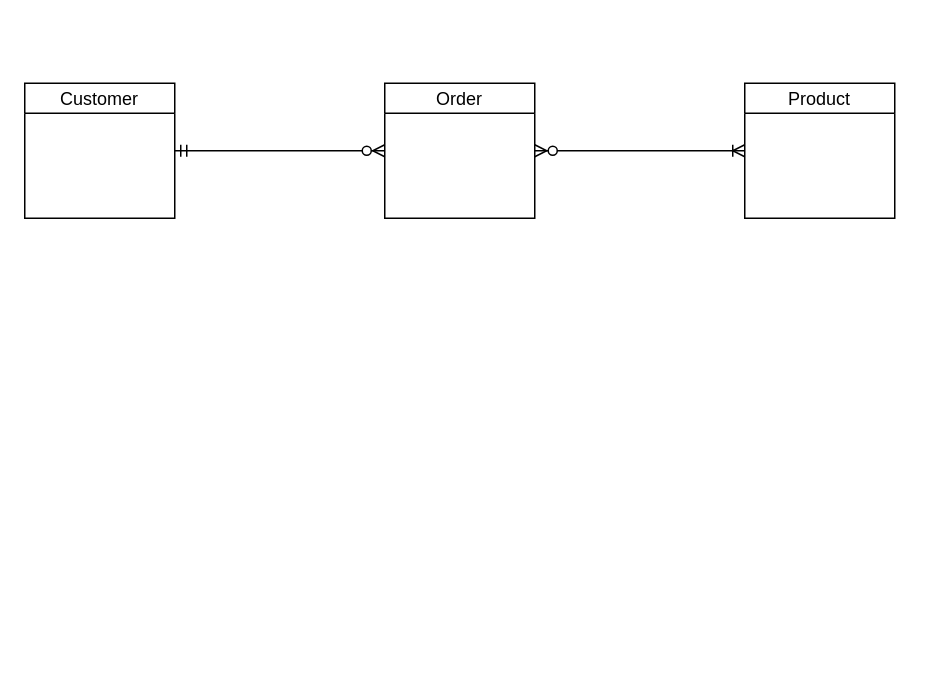
capperstrnd/DA352A_Project keeps this draw.io diagram as ER Diagram.drawio. Above is the earlier version. Source tidied: cells renumbered, new cells numbered last; positions are measured from the earlier drawing's top-left corner, leaving out a move shared by most shapes. Both pictures are drawn from the tidied source at 150%, with x=0, y=0 at pixel (24, 82).
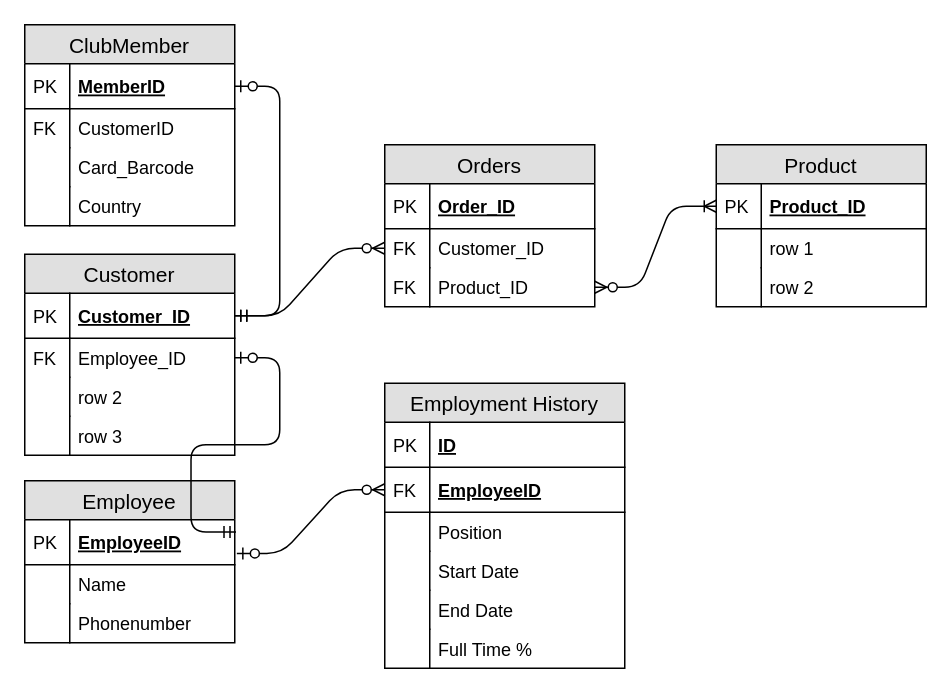
The same page after the edit.

Change to the diagram source:
```diff
@@
-    <mxCell id="2" value="Customer" style="swimlane;fontStyle=0;horizontal=1;startSize=20;fillColor=#ffffff;swimlaneFillColor=#ffffff;" parent="1" vertex="1">
-      <mxGeometry width="100" height="90" as="geometry" />
-    </mxCell>
-    <mxCell id="3" value="Order" style="swimlane;fontStyle=0;horizontal=1;startSize=20;fillColor=#ffffff;swimlaneFillColor=#ffffff;" parent="1" vertex="1">
-      <mxGeometry x="240" width="100" height="90" as="geometry" />
-    </mxCell>
-    <mxCell id="4" value="Product" style="swimlane;fontStyle=0;horizontal=1;startSize=20;fillColor=#ffffff;swimlaneFillColor=#ffffff;" parent="1" vertex="1">
-      <mxGeometry x="480" width="100" height="90" as="geometry" />
-    </mxCell>
-    <mxCell id="5" style="edgeStyle=entityRelationEdgeStyle;fontSize=12;html=1;endArrow=ERoneToMany;startArrow=ERzeroToMany;entryX=0;entryY=0.5;entryDx=0;entryDy=0;" parent="1" edge="1" source="3" target="4">
+    <mxCell id="5" style="edgeStyle=entityRelationEdgeStyle;fontSize=12;html=1;endArrow=ERoneToMany;startArrow=ERzeroToMany;" parent="1" edge="1" source="41" target="43">
       <mxGeometry relative="1" as="geometry" />
     </mxCell>
-    <mxCell id="6" style="edgeStyle=entityRelationEdgeStyle;fontSize=12;html=1;endArrow=ERzeroToMany;startArrow=ERmandOne;exitX=1;exitY=0.5;exitDx=0;exitDy=0;entryX=0;entryY=0.5;entryDx=0;entryDy=0;" parent="1" edge="1" source="2" target="3">
+    <mxCell id="6" style="edgeStyle=entityRelationEdgeStyle;fontSize=12;html=1;endArrow=ERzeroToMany;startArrow=ERmandOne;" parent="1" edge="1" source="28" target="39">
       <mxGeometry relative="1" as="geometry" />
     </mxCell>
+    <mxCell id="7" value="Employment History" style="swimlane;fontStyle=0;horizontal=1;startSize=26;fillColor=#e0e0e0;swimlaneFillColor=#ffffff;align=center;fontSize=14;" parent="1" vertex="1">
+      <mxGeometry x="240" y="200" width="160" height="190" as="geometry" />
+    </mxCell>
+    <mxCell id="8" value="ID" style="shape=partialRectangle;top=0;left=0;right=0;bottom=1;align=left;verticalAlign=middle;fillColor=none;spacingLeft=34;spacingRight=4;overflow=hidden;fontStyle=5;fontSize=12;" parent="7" vertex="1">
+      <mxGeometry y="26" width="160" height="30" as="geometry" />
+    </mxCell>
+    <mxCell id="9" value="PK" style="shape=partialRectangle;top=0;left=0;bottom=0;fillColor=none;align=left;verticalAlign=middle;spacingLeft=4;spacingRight=4;overflow=hidden;fontSize=12;" parent="8" vertex="1">
+      <mxGeometry width="30" height="30" as="geometry" />
+    </mxCell>
+    <mxCell id="10" value="EmployeeID" style="shape=partialRectangle;top=0;left=0;right=0;bottom=1;align=left;verticalAlign=middle;fillColor=none;spacingLeft=34;spacingRight=4;overflow=hidden;points=[[0,0.5],[1,0.5]];portConstraint=eastwest;fontStyle=5;fontSize=12;" parent="7" vertex="1">
+      <mxGeometry y="56" width="160" height="30" as="geometry" />
+    </mxCell>
+    <mxCell id="11" value="FK" style="shape=partialRectangle;top=0;left=0;bottom=0;fillColor=none;align=left;verticalAlign=middle;spacingLeft=4;spacingRight=4;overflow=hidden;fontSize=12;" parent="10" vertex="1">
+      <mxGeometry width="30" height="30" as="geometry" />
+    </mxCell>
+    <mxCell id="12" value="Position" style="shape=partialRectangle;top=0;left=0;right=0;bottom=0;align=left;verticalAlign=top;fillColor=none;spacingLeft=34;spacingRight=4;overflow=hidden;fontSize=12;" parent="7" vertex="1">
+      <mxGeometry y="86" width="160" height="26" as="geometry" />
+    </mxCell>
+    <mxCell id="13" style="shape=partialRectangle;top=0;left=0;bottom=0;fillColor=none;align=left;verticalAlign=top;spacingLeft=4;spacingRight=4;overflow=hidden;fontSize=12;" parent="12" vertex="1">
+      <mxGeometry width="30" height="26" as="geometry" />
+    </mxCell>
+    <mxCell id="14" value="Start Date&#10;" style="shape=partialRectangle;top=0;left=0;right=0;bottom=0;align=left;verticalAlign=top;fillColor=none;spacingLeft=34;spacingRight=4;overflow=hidden;fontSize=12;" parent="7" vertex="1">
+      <mxGeometry y="112" width="160" height="26" as="geometry" />
+    </mxCell>
+    <mxCell id="15" style="shape=partialRectangle;top=0;left=0;bottom=0;fillColor=none;align=left;verticalAlign=top;spacingLeft=4;spacingRight=4;overflow=hidden;fontSize=12;" parent="14" vertex="1">
+      <mxGeometry width="30" height="26" as="geometry" />
+    </mxCell>
+    <mxCell id="16" value="End Date" style="shape=partialRectangle;top=0;left=0;right=0;bottom=0;align=left;verticalAlign=top;fillColor=none;spacingLeft=34;spacingRight=4;overflow=hidden;fontSize=12;" parent="7" vertex="1">
+      <mxGeometry y="138" width="160" height="26" as="geometry" />
+    </mxCell>
+    <mxCell id="17" style="shape=partialRectangle;top=0;left=0;bottom=0;fillColor=none;align=left;verticalAlign=top;spacingLeft=4;spacingRight=4;overflow=hidden;fontSize=12;" parent="16" vertex="1">
+      <mxGeometry width="30" height="26" as="geometry" />
+    </mxCell>
+    <mxCell id="18" value="Full Time %" style="shape=partialRectangle;top=0;left=0;right=0;bottom=0;align=left;verticalAlign=top;fillColor=none;spacingLeft=34;spacingRight=4;overflow=hidden;fontSize=12;" parent="7" vertex="1">
+      <mxGeometry y="164" width="160" height="26" as="geometry" />
+    </mxCell>
+    <mxCell id="19" style="shape=partialRectangle;top=0;left=0;bottom=0;fillColor=none;align=left;verticalAlign=top;spacingLeft=4;spacingRight=4;overflow=hidden;fontSize=12;" parent="18" vertex="1">
+      <mxGeometry width="30" height="26" as="geometry" />
+    </mxCell>
+    <mxCell id="20" style="edgeStyle=entityRelationEdgeStyle;fontSize=12;html=1;endArrow=ERzeroToMany;startArrow=ERzeroToOne;exitX=1.01;exitY=0.748;exitDx=0;exitDy=0;exitPerimeter=0;" parent="1" edge="1" source="22" target="10">
+      <mxGeometry relative="1" as="geometry" />
+    </mxCell>
+    <mxCell id="21" value="Employee" style="swimlane;fontStyle=0;horizontal=1;startSize=26;fillColor=#e0e0e0;swimlaneFillColor=#ffffff;align=center;fontSize=14;" parent="1" vertex="1">
+      <mxGeometry y="265" width="140" height="108" as="geometry" />
+    </mxCell>
+    <mxCell id="22" value="EmployeeID" style="shape=partialRectangle;top=0;left=0;right=0;bottom=1;align=left;verticalAlign=middle;fillColor=none;spacingLeft=34;spacingRight=4;overflow=hidden;points=[[0,0.5],[1,0.5]];portConstraint=eastwest;fontStyle=5;fontSize=12;" parent="21" vertex="1">
+      <mxGeometry y="26" width="140" height="30" as="geometry" />
+    </mxCell>
+    <mxCell id="23" value="PK" style="shape=partialRectangle;top=0;left=0;bottom=0;fillColor=none;align=left;verticalAlign=middle;spacingLeft=4;spacingRight=4;overflow=hidden;fontSize=12;" parent="22" vertex="1">
+      <mxGeometry width="30" height="30" as="geometry" />
+    </mxCell>
+    <mxCell id="24" value="Name" style="shape=partialRectangle;top=0;left=0;right=0;bottom=0;align=left;verticalAlign=top;fillColor=none;spacingLeft=34;spacingRight=4;overflow=hidden;fontSize=12;" parent="21" vertex="1">
+      <mxGeometry y="56" width="140" height="26" as="geometry" />
+    </mxCell>
+    <mxCell id="25" style="shape=partialRectangle;top=0;left=0;bottom=0;fillColor=none;align=left;verticalAlign=top;spacingLeft=4;spacingRight=4;overflow=hidden;fontSize=12;" parent="24" vertex="1">
+      <mxGeometry width="30" height="26" as="geometry" />
+    </mxCell>
+    <mxCell id="26" value="Phonenumber" style="shape=partialRectangle;top=0;left=0;right=0;bottom=0;align=left;verticalAlign=top;fillColor=none;spacingLeft=34;spacingRight=4;overflow=hidden;fontSize=12;" parent="21" vertex="1">
+      <mxGeometry y="82" width="140" height="26" as="geometry" />
+    </mxCell>
+    <mxCell id="27" style="shape=partialRectangle;top=0;left=0;bottom=0;fillColor=none;align=left;verticalAlign=top;spacingLeft=4;spacingRight=4;overflow=hidden;fontSize=12;" parent="26" vertex="1">
+      <mxGeometry width="30" height="26" as="geometry" />
+    </mxCell>
+    <mxCell id="2" value="Customer" style="swimlane;fontStyle=0;horizontal=1;startSize=26;fillColor=#e0e0e0;swimlaneFillColor=#ffffff;align=center;fontSize=14;" parent="1" vertex="1">
+      <mxGeometry y="114" width="140" height="134" as="geometry" />
+    </mxCell>
+    <mxCell id="28" value="Customer_ID" style="shape=partialRectangle;top=0;left=0;right=0;bottom=1;align=left;verticalAlign=middle;fillColor=none;spacingLeft=34;spacingRight=4;overflow=hidden;points=[[0,0.5],[1,0.5]];portConstraint=eastwest;fontStyle=5;fontSize=12;" parent="2" vertex="1">
+      <mxGeometry y="26" width="140" height="30" as="geometry" />
+    </mxCell>
+    <mxCell id="29" value="PK" style="shape=partialRectangle;top=0;left=0;bottom=0;fillColor=none;align=left;verticalAlign=middle;spacingLeft=4;spacingRight=4;overflow=hidden;fontSize=12;" parent="28" vertex="1">
+      <mxGeometry width="30" height="30" as="geometry" />
+    </mxCell>
+    <mxCell id="30" value="Employee_ID" style="shape=partialRectangle;top=0;left=0;right=0;bottom=0;align=left;verticalAlign=top;fillColor=none;spacingLeft=34;spacingRight=4;overflow=hidden;points=[[0,0.5],[1,0.5]];portConstraint=eastwest;fontSize=12;" parent="2" vertex="1">
+      <mxGeometry y="56" width="140" height="26" as="geometry" />
+    </mxCell>
+    <mxCell id="31" value="FK" style="shape=partialRectangle;top=0;left=0;bottom=0;fillColor=none;align=left;verticalAlign=top;spacingLeft=4;spacingRight=4;overflow=hidden;fontSize=12;" parent="30" vertex="1">
+      <mxGeometry width="30" height="26" as="geometry" />
+    </mxCell>
+    <mxCell id="32" value="row 2" style="shape=partialRectangle;top=0;left=0;right=0;bottom=0;align=left;verticalAlign=top;fillColor=none;spacingLeft=34;spacingRight=4;overflow=hidden;fontSize=12;" parent="2" vertex="1">
+      <mxGeometry y="82" width="140" height="26" as="geometry" />
+    </mxCell>
+    <mxCell id="33" style="shape=partialRectangle;top=0;left=0;bottom=0;fillColor=none;align=left;verticalAlign=top;spacingLeft=4;spacingRight=4;overflow=hidden;fontSize=12;" parent="32" vertex="1">
+      <mxGeometry width="30" height="26" as="geometry" />
+    </mxCell>
+    <mxCell id="34" value="row 3" style="shape=partialRectangle;top=0;left=0;right=0;bottom=0;align=left;verticalAlign=top;fillColor=none;spacingLeft=34;spacingRight=4;overflow=hidden;fontSize=12;" parent="2" vertex="1">
+      <mxGeometry y="108" width="140" height="26" as="geometry" />
+    </mxCell>
+    <mxCell id="35" style="shape=partialRectangle;top=0;left=0;bottom=0;fillColor=none;align=left;verticalAlign=top;spacingLeft=4;spacingRight=4;overflow=hidden;fontSize=12;" parent="34" vertex="1">
+      <mxGeometry width="30" height="26" as="geometry" />
+    </mxCell>
+    <mxCell id="36" value="Orders" style="swimlane;fontStyle=0;horizontal=1;startSize=26;fillColor=#e0e0e0;swimlaneFillColor=#ffffff;align=center;fontSize=14;" parent="1" vertex="1">
+      <mxGeometry x="240" y="41" width="140" height="108" as="geometry" />
+    </mxCell>
+    <mxCell id="37" value="Order_ID" style="shape=partialRectangle;top=0;left=0;right=0;bottom=1;align=left;verticalAlign=middle;fillColor=none;spacingLeft=34;spacingRight=4;overflow=hidden;fontStyle=5;fontSize=12;" parent="36" vertex="1">
+      <mxGeometry y="26" width="140" height="30" as="geometry" />
+    </mxCell>
+    <mxCell id="38" value="PK" style="shape=partialRectangle;top=0;left=0;bottom=0;fillColor=none;align=left;verticalAlign=middle;spacingLeft=4;spacingRight=4;overflow=hidden;fontSize=12;" parent="37" vertex="1">
+      <mxGeometry width="30" height="30" as="geometry" />
+    </mxCell>
+    <mxCell id="39" value="Customer_ID" style="shape=partialRectangle;top=0;left=0;right=0;bottom=0;align=left;verticalAlign=top;fillColor=none;spacingLeft=34;spacingRight=4;overflow=hidden;points=[[0,0.5],[1,0.5]];portConstraint=eastwest;fontSize=12;" parent="36" vertex="1">
+      <mxGeometry y="56" width="140" height="26" as="geometry" />
+    </mxCell>
+    <mxCell id="40" value="FK" style="shape=partialRectangle;top=0;left=0;bottom=0;fillColor=none;align=left;verticalAlign=top;spacingLeft=4;spacingRight=4;overflow=hidden;fontSize=12;" parent="39" vertex="1">
+      <mxGeometry width="30" height="26" as="geometry" />
+    </mxCell>
+    <mxCell id="41" value="Product_ID" style="shape=partialRectangle;top=0;left=0;right=0;bottom=0;align=left;verticalAlign=top;fillColor=none;spacingLeft=34;spacingRight=4;overflow=hidden;points=[[0,0.5],[1,0.5]];portConstraint=eastwest;fontSize=12;" parent="36" vertex="1">
+      <mxGeometry y="82" width="140" height="26" as="geometry" />
+    </mxCell>
+    <mxCell id="42" value="FK" style="shape=partialRectangle;top=0;left=0;bottom=0;fillColor=none;align=left;verticalAlign=top;spacingLeft=4;spacingRight=4;overflow=hidden;fontSize=12;" parent="41" vertex="1">
+      <mxGeometry width="30" height="26" as="geometry" />
+    </mxCell>
+    <mxCell id="4" value="Product" style="swimlane;fontStyle=0;horizontal=1;startSize=26;fillColor=#e0e0e0;swimlaneFillColor=#ffffff;align=center;fontSize=14;" parent="1" vertex="1">
+      <mxGeometry x="461" y="41" width="140" height="108" as="geometry" />
+    </mxCell>
+    <mxCell id="43" value="Product_ID" style="shape=partialRectangle;top=0;left=0;right=0;bottom=1;align=left;verticalAlign=middle;fillColor=none;spacingLeft=34;spacingRight=4;overflow=hidden;points=[[0,0.5],[1,0.5]];portConstraint=eastwest;fontStyle=5;fontSize=12;" parent="4" vertex="1">
+      <mxGeometry y="26" width="140" height="30" as="geometry" />
+    </mxCell>
+    <mxCell id="44" value="PK" style="shape=partialRectangle;top=0;left=0;bottom=0;fillColor=none;align=left;verticalAlign=middle;spacingLeft=4;spacingRight=4;overflow=hidden;fontSize=12;" parent="43" vertex="1">
+      <mxGeometry width="30" height="30" as="geometry" />
+    </mxCell>
+    <mxCell id="45" value="row 1" style="shape=partialRectangle;top=0;left=0;right=0;bottom=0;align=left;verticalAlign=top;fillColor=none;spacingLeft=34;spacingRight=4;overflow=hidden;fontSize=12;" parent="4" vertex="1">
+      <mxGeometry y="56" width="140" height="26" as="geometry" />
+    </mxCell>
+    <mxCell id="46" style="shape=partialRectangle;top=0;left=0;bottom=0;fillColor=none;align=left;verticalAlign=top;spacingLeft=4;spacingRight=4;overflow=hidden;fontSize=12;" parent="45" vertex="1">
+      <mxGeometry width="30" height="26" as="geometry" />
+    </mxCell>
+    <mxCell id="47" value="row 2" style="shape=partialRectangle;top=0;left=0;right=0;bottom=0;align=left;verticalAlign=top;fillColor=none;spacingLeft=34;spacingRight=4;overflow=hidden;fontSize=12;" parent="4" vertex="1">
+      <mxGeometry y="82" width="140" height="26" as="geometry" />
+    </mxCell>
+    <mxCell id="48" style="shape=partialRectangle;top=0;left=0;bottom=0;fillColor=none;align=left;verticalAlign=top;spacingLeft=4;spacingRight=4;overflow=hidden;fontSize=12;" parent="47" vertex="1">
+      <mxGeometry width="30" height="26" as="geometry" />
+    </mxCell>
+    <mxCell id="49" value="ClubMember" style="swimlane;fontStyle=0;horizontal=1;startSize=26;fillColor=#e0e0e0;swimlaneFillColor=#ffffff;align=center;fontSize=14;" parent="1" vertex="1">
+      <mxGeometry y="-39" width="140" height="134" as="geometry" />
+    </mxCell>
+    <mxCell id="50" value="MemberID" style="shape=partialRectangle;top=0;left=0;right=0;bottom=1;align=left;verticalAlign=middle;fillColor=none;spacingLeft=34;spacingRight=4;overflow=hidden;points=[[0,0.5],[1,0.5]];portConstraint=eastwest;fontStyle=5;fontSize=12;" parent="49" vertex="1">
+      <mxGeometry y="26" width="140" height="30" as="geometry" />
+    </mxCell>
+    <mxCell id="51" value="PK" style="shape=partialRectangle;top=0;left=0;bottom=0;fillColor=none;align=left;verticalAlign=middle;spacingLeft=4;spacingRight=4;overflow=hidden;fontSize=12;" parent="50" vertex="1">
+      <mxGeometry width="30" height="30" as="geometry" />
+    </mxCell>
+    <mxCell id="52" value="CustomerID" style="shape=partialRectangle;top=0;left=0;right=0;bottom=0;align=left;verticalAlign=top;fillColor=none;spacingLeft=34;spacingRight=4;overflow=hidden;fontSize=12;" parent="49" vertex="1">
+      <mxGeometry y="56" width="140" height="26" as="geometry" />
+    </mxCell>
+    <mxCell id="53" value="FK" style="shape=partialRectangle;top=0;left=0;bottom=0;fillColor=none;align=left;verticalAlign=top;spacingLeft=4;spacingRight=4;overflow=hidden;fontSize=12;" parent="52" vertex="1">
+      <mxGeometry width="30" height="26" as="geometry" />
+    </mxCell>
+    <mxCell id="54" value="Card_Barcode" style="shape=partialRectangle;top=0;left=0;right=0;bottom=0;align=left;verticalAlign=top;fillColor=none;spacingLeft=34;spacingRight=4;overflow=hidden;fontSize=12;" parent="49" vertex="1">
+      <mxGeometry y="82" width="140" height="26" as="geometry" />
+    </mxCell>
+    <mxCell id="55" style="shape=partialRectangle;top=0;left=0;bottom=0;fillColor=none;align=left;verticalAlign=top;spacingLeft=4;spacingRight=4;overflow=hidden;fontSize=12;" parent="54" vertex="1">
+      <mxGeometry width="30" height="26" as="geometry" />
+    </mxCell>
+    <mxCell id="56" value="Country" style="shape=partialRectangle;top=0;left=0;right=0;bottom=0;align=left;verticalAlign=top;fillColor=none;spacingLeft=34;spacingRight=4;overflow=hidden;fontSize=12;" parent="49" vertex="1">
+      <mxGeometry y="108" width="140" height="26" as="geometry" />
+    </mxCell>
+    <mxCell id="57" style="shape=partialRectangle;top=0;left=0;bottom=0;fillColor=none;align=left;verticalAlign=top;spacingLeft=4;spacingRight=4;overflow=hidden;fontSize=12;" parent="56" vertex="1">
+      <mxGeometry width="30" height="26" as="geometry" />
+    </mxCell>
+    <mxCell id="58" style="edgeStyle=entityRelationEdgeStyle;fontSize=12;html=1;endArrow=ERzeroToOne;startArrow=ERmandOne;exitX=1.006;exitY=0.271;exitDx=0;exitDy=0;exitPerimeter=0;" parent="1" edge="1" source="22" target="30">
+      <mxGeometry relative="1" as="geometry" />
+    </mxCell>
+    <mxCell id="59" style="edgeStyle=entityRelationEdgeStyle;fontSize=12;html=1;endArrow=ERzeroToOne;startArrow=ERmandOne;" parent="1" edge="1" source="28" target="50">
+      <mxGeometry relative="1" as="geometry" />
+    </mxCell>
```
